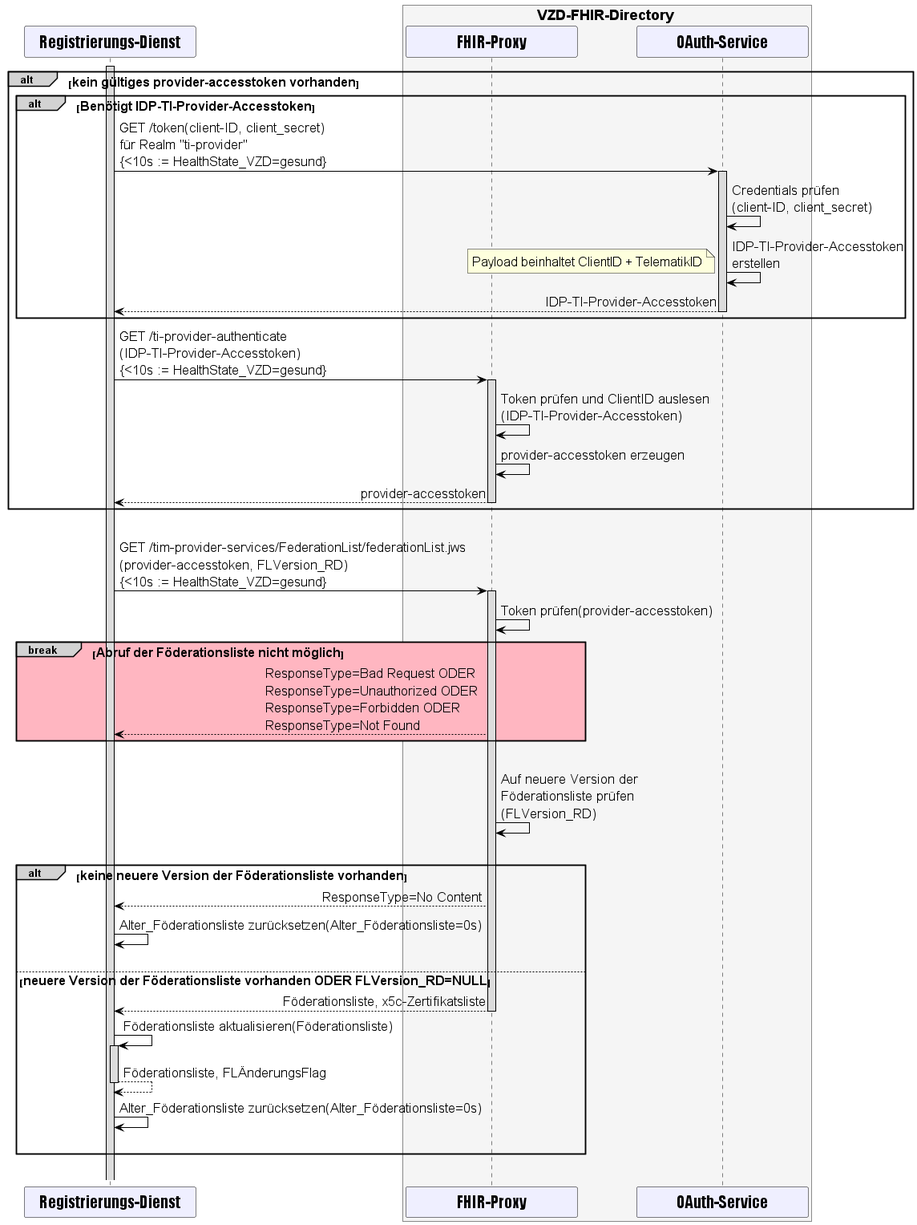
Earlier version of the PlantUML export images/diagrams/TI-Messenger-Dienst/Ressourcen/UC_Update_Federationlist_auth_retrieve.png (gematik/api-ti-messenger). Source of this version:
```plantuml
@startuml
skinparam sequenceMessageAlign direction
skinparam minClassWidth 200
skinparam BoxPadding 1
skinparam sequenceReferenceHeaderBackgroundColor palegreen
scale max 2048 width

skinparam sequence {
ArrowColor black
ArrowFontSize 17
ActorBorderColor black
LifeLineBorderColor black
LifeLineBackgroundColor Gainsboro

ParticipantBorderColor Motivation
ParticipantBackgroundColor Motivation
ParticipantFontName Impact
ParticipantFontSize 20
ParticipantFontColor black
ParticipantBorderColor Black
ParticipantBackgroundColor MOTIVATION

ActorBackgroundColor Gainsboro
ActorFontColor black
ActorFontSize 20
ActorFontName Aapex
}

participant RD as "Registrierungs-Dienst"
box <size:18>VZD-FHIR-Directory</size> #WhiteSmoke
  participant FP as "FHIR-Proxy"
  participant AS as "OAuth-Service"
end box

alt#LightGrey <size:16>kein gültiges provider-accesstoken vorhanden</size>
  activate RD
  alt#LightGrey <size:16>Benötigt IDP-TI-Provider-Accesstoken</size>
      RD -> AS: GET /token(client-ID, client_secret)\nfür Realm "ti-provider"\n{<10s := HealthState_VZD=gesund}
      activate AS
      AS -> AS: Credentials prüfen \n(client-ID, client_secret)
      AS -> AS: IDP-TI-Provider-Accesstoken\nerstellen
      note left: <size:16>Payload beinhaltet ClientID + TelematikID</size>
      AS --> RD: IDP-TI-Provider-Accesstoken
      deactivate AS
  end
  RD -> FP: GET /ti-provider-authenticate\n(IDP-TI-Provider-Accesstoken)\n{<10s := HealthState_VZD=gesund}
  activate FP
  FP -> FP: Token prüfen und ClientID auslesen\n(IDP-TI-Provider-Accesstoken)
  FP -> FP: provider-accesstoken erzeugen
  FP --> RD: provider-accesstoken
  deactivate FP
end

|||
RD->FP: GET /tim-provider-services/FederationList/federationList.jws\n(provider-accesstoken, FLVersion_RD)\n{<10s := HealthState_VZD=gesund}
  Activate FP
FP->FP: Token prüfen(provider-accesstoken)

break#LightGrey #LightPink <size:16>Abruf der Föderationsliste nicht möglich</size>
  FP-->RD: ResponseType=Bad Request ODER \nResponseType=Unauthorized ODER \nResponseType=Forbidden ODER \nResponseType=Not Found
end

|||
FP->FP: Auf neuere Version der \nFöderationsliste prüfen\n(FLVersion_RD)
|||

alt#LightGrey <size:16>keine neuere Version der Föderationsliste vorhanden</size>
  FP-->RD: ResponseType=No Content
  RD->RD: Alter_Föderationsliste zurücksetzen(Alter_Föderationsliste=0s)
  |||
else <size:16>neuere Version der Föderationsliste vorhanden ODER FLVersion_RD=NULL</size>
  FP-->RD: Föderationsliste, x5c-Zertifikatsliste
      Deactivate FP
  RD->RD++: Föderationsliste aktualisieren(Föderationsliste)
  return Föderationsliste, FLÄnderungsFlag
  RD->RD: Alter_Föderationsliste zurücksetzen(Alter_Föderationsliste=0s)
  |||
end
|||


@enduml
```
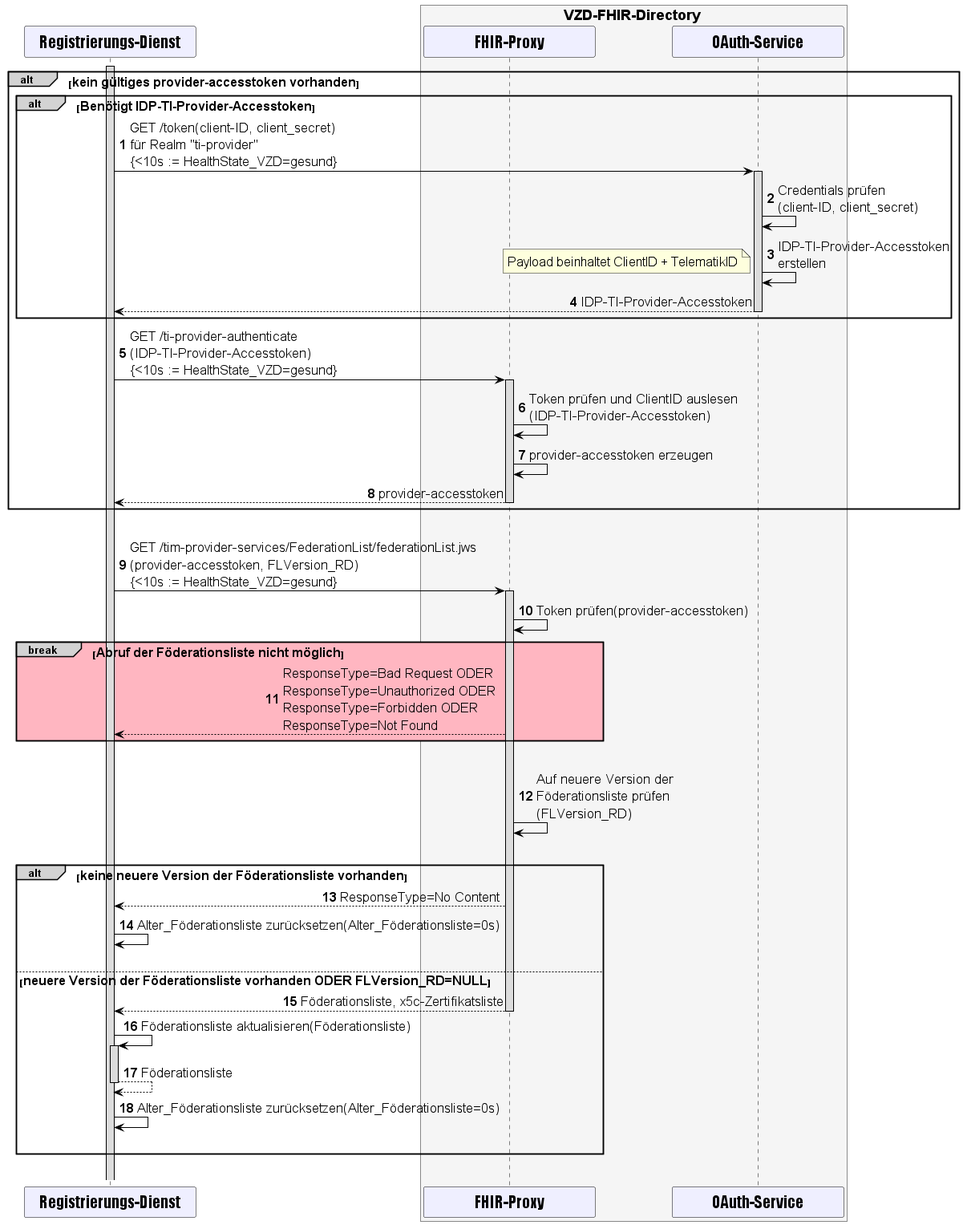
The same file after the commit.

What changed in the source:
```diff
@@ -25,6 +25,8 @@
 ActorFontSize 20
 ActorFontName Aapex
 }
+
+autonumber
 
 participant RD as "Registrierungs-Dienst"
 box <size:18>VZD-FHIR-Directory</size> #WhiteSmoke
@@ -72,11 +74,9 @@
   FP-->RD: Föderationsliste, x5c-Zertifikatsliste
       Deactivate FP
   RD->RD++: Föderationsliste aktualisieren(Föderationsliste)
-  return Föderationsliste, FLÄnderungsFlag
+  return Föderationsliste
   RD->RD: Alter_Föderationsliste zurücksetzen(Alter_Föderationsliste=0s)
   |||
 end
 |||
-
-
 @enduml
```
